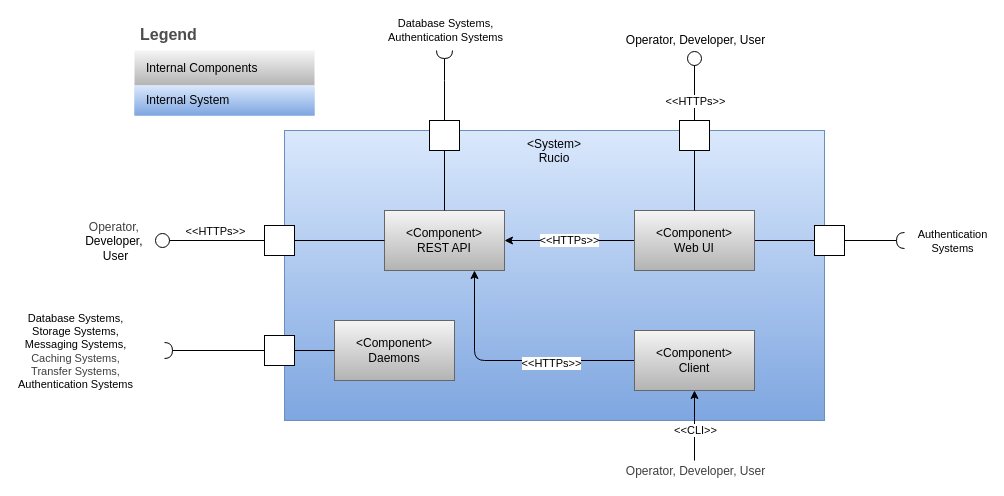
mgajek-cern/rucio-architecture-docs keeps this draw.io diagram as diagrams/Building Block Lvl 1 View.drawio. Above is the earlier version. Source tidied: cells renumbered, new cells numbered last; positions are measured from the earlier drawing's top-left corner, leaving out a move shared by most shapes. Both pictures are drawn from the tidied source at 100%, with x=0, y=0 at pixel (134, 20).
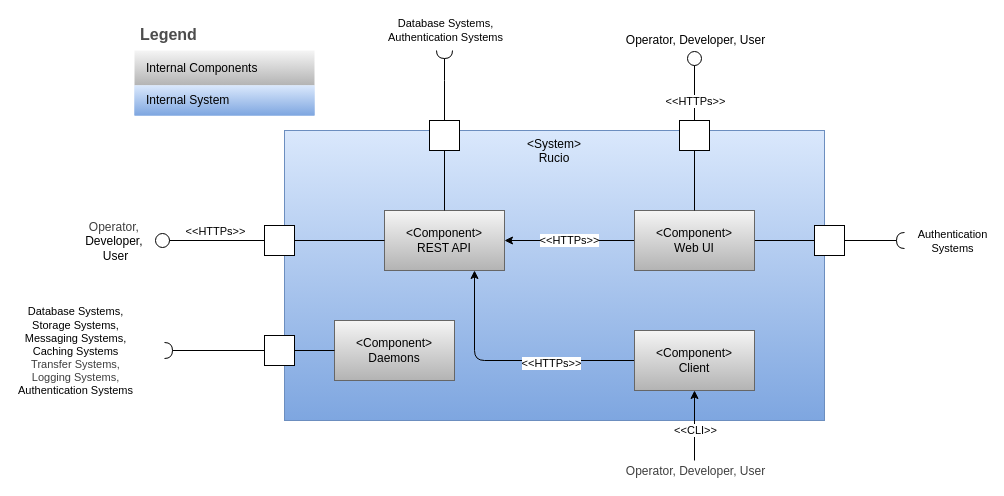
After the change.

Commit message (it also covers changes not shown here):
undo striketrough of logging system

The change refers to these unchanged cells:
```xml
<mxCell id="34" style="edgeStyle=none;html=1;endArrow=halfCircle;endFill=0;" parent="1" edge="1" source="36">
  <mxGeometry relative="1" as="geometry">
    <mxPoint x="30" y="330" as="targetPoint" />
  </mxGeometry>
</mxCell>
```

What changed in the source:
```diff
@@
-    <mxCell id="35" value="&lt;span style=&quot;color: rgb(0, 0, 0);&quot;&gt;Database Systems,&lt;/span&gt;&lt;br&gt;Storage Systems,&lt;div&gt;Messaging Systems,&lt;/div&gt;&lt;div&gt;&lt;span style=&quot;color: rgb(63, 63, 63);&quot;&gt;Caching Systems,&lt;/span&gt;&lt;/div&gt;&lt;div&gt;&lt;span style=&quot;color: rgb(63, 63, 63);&quot;&gt;Transfer Systems,&lt;/span&gt;&lt;/div&gt;&lt;div&gt;&lt;span style=&quot;color: rgb(0, 0, 0);&quot;&gt;Authentication Systems&lt;/span&gt;&lt;/div&gt;" style="edgeLabel;html=1;align=center;verticalAlign=middle;" parent="34" vertex="1">
+    <mxCell id="35" value="&lt;span style=&quot;color: rgb(0, 0, 0);&quot;&gt;Database Systems,&lt;/span&gt;&lt;br&gt;Storage Systems,&lt;div&gt;Messaging Systems,&lt;/div&gt;&lt;div&gt;Caching Systems&lt;/div&gt;&lt;div&gt;&lt;span style=&quot;color: rgb(63, 63, 63);&quot;&gt;Transfer Systems,&lt;br&gt;Logging Systems,&lt;/span&gt;&lt;/div&gt;&lt;div&gt;&lt;span style=&quot;color: rgb(0, 0, 0);&quot;&gt;Authentication Systems&lt;/span&gt;&lt;/div&gt;" style="edgeLabel;html=1;align=center;verticalAlign=middle;" parent="34" vertex="1">
       <mxGeometry x="0.13" y="-4" relative="1" as="geometry">
         <mxPoint x="-134" y="4" as="offset" />
       </mxGeometry>
     </mxCell>
```
